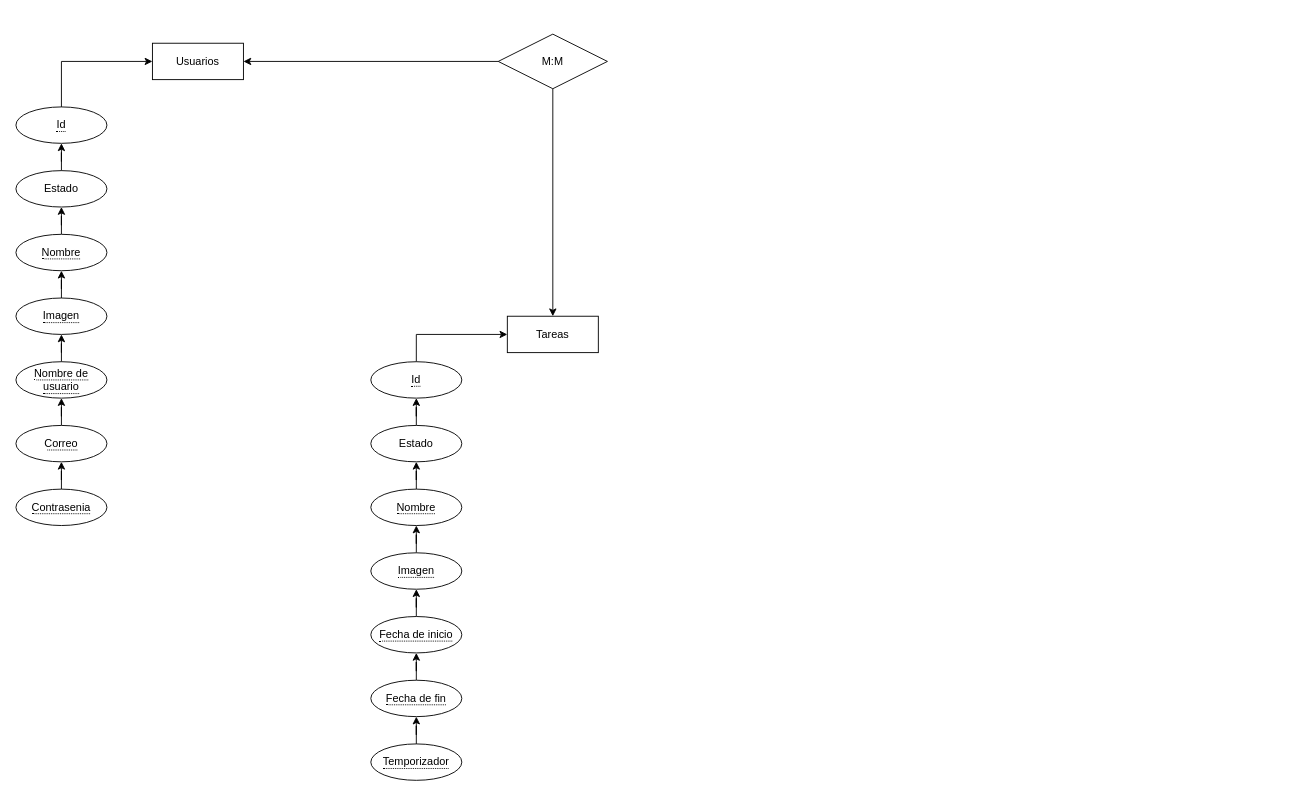
The draw.io diagram gestorTareas.drawio in luisferllub230/SistemaGestorTareas, before the edit. Source tidied: cells renumbered, new cells numbered last; positions are measured from the earlier drawing's top-left corner, leaving out a move shared by most shapes. Both pictures are drawn from the tidied source at 91%, with x=0, y=0 at pixel (15, 34).
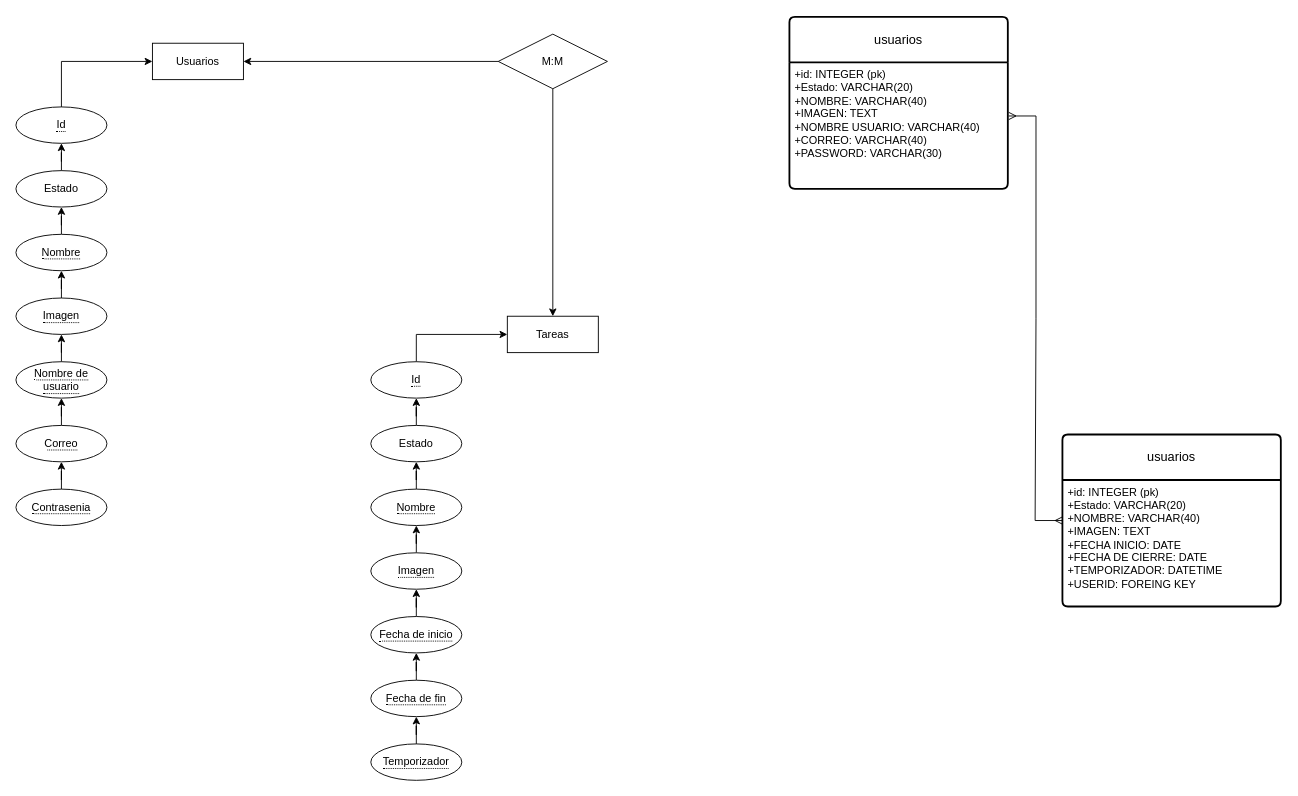
The same page after the edit.

Change to the diagram source:
```diff
@@
+    <mxCell id="35" value="usuarios" style="swimlane;horizontal=1;startSize=50;rounded=1;fontSize=14;fontStyle=0;strokeWidth=2;shadow=0;dashed=0;align=center;arcSize=4;whiteSpace=wrap;html=1;" parent="1" vertex="1">
+      <mxGeometry x="850" y="-19" width="240" height="189" as="geometry" />
+    </mxCell>
+    <mxCell id="36" value="+id: INTEGER (pk)&lt;br&gt;+Estado: VARCHAR(20)&lt;br&gt;+NOMBRE: VARCHAR(40)&lt;br&gt;+IMAGEN: TEXT&lt;br&gt;+NOMBRE USUARIO: VARCHAR(40)&lt;br&gt;+CORREO: VARCHAR(40)&lt;br&gt;+PASSWORD: VARCHAR(30)" style="align=left;strokeColor=none;fillColor=none;spacingLeft=4;fontSize=12;verticalAlign=top;html=1;" parent="35" vertex="1">
+      <mxGeometry y="50" width="240" height="139" as="geometry" />
+    </mxCell>
+    <mxCell id="37" value="usuarios" style="swimlane;horizontal=1;startSize=50;rounded=1;fontSize=14;fontStyle=0;strokeWidth=2;shadow=0;dashed=0;align=center;arcSize=4;whiteSpace=wrap;html=1;" parent="1" vertex="1">
+      <mxGeometry x="1150" y="440" width="240" height="189" as="geometry" />
+    </mxCell>
+    <mxCell id="38" value="+id: INTEGER (pk)&lt;br&gt;+Estado: VARCHAR(20)&lt;br&gt;+NOMBRE: VARCHAR(40)&lt;br&gt;+IMAGEN: TEXT&lt;br&gt;+FECHA INICIO: DATE&lt;br&gt;+FECHA DE CIERRE: DATE&lt;br&gt;+TEMPORIZADOR: DATETIME&lt;br&gt;+USERID: FOREING KEY" style="align=left;strokeColor=none;fillColor=none;spacingLeft=4;fontSize=12;verticalAlign=top;html=1;" parent="37" vertex="1">
+      <mxGeometry y="50" width="240" height="139" as="geometry" />
+    </mxCell>
+    <mxCell id="39" style="edgeStyle=entityRelationEdgeStyle;fontSize=12;html=1;endArrow=ERmany;startArrow=ERmany;rounded=0;exitX=1.004;exitY=0.424;exitDx=0;exitDy=0;exitPerimeter=0;entryX=0;entryY=0.5;entryDx=0;entryDy=0;" parent="1" edge="1" source="36" target="37">
+      <mxGeometry relative="1" as="geometry" />
+    </mxCell>
```
